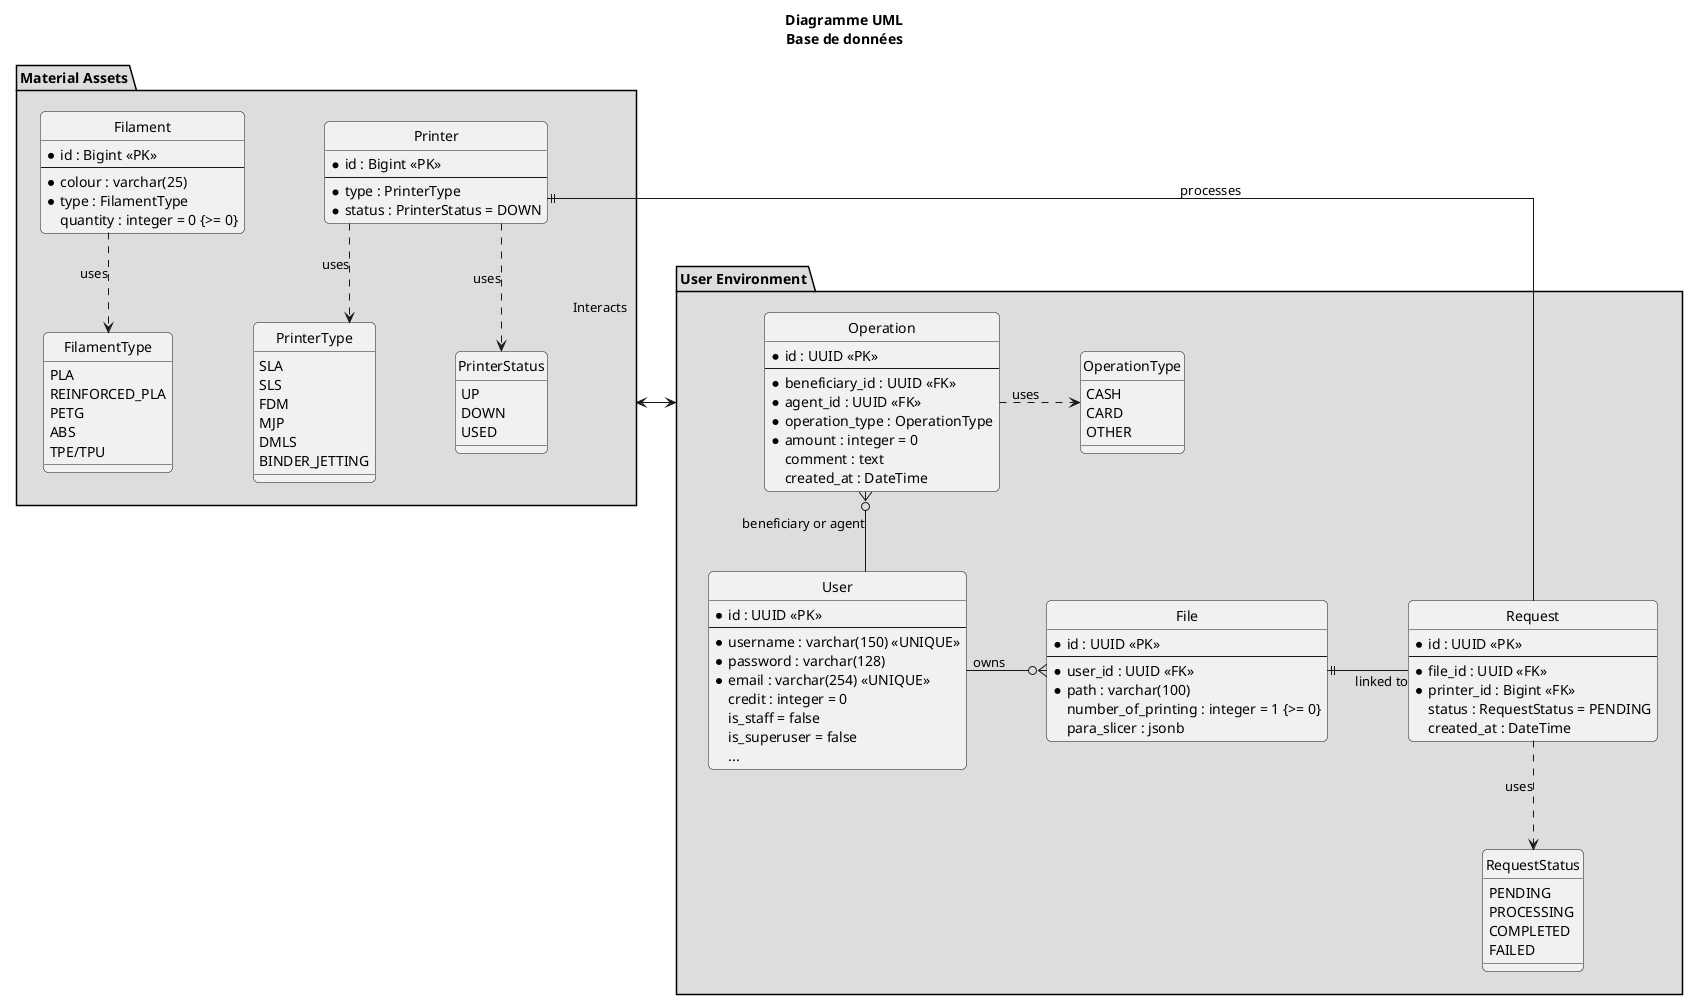
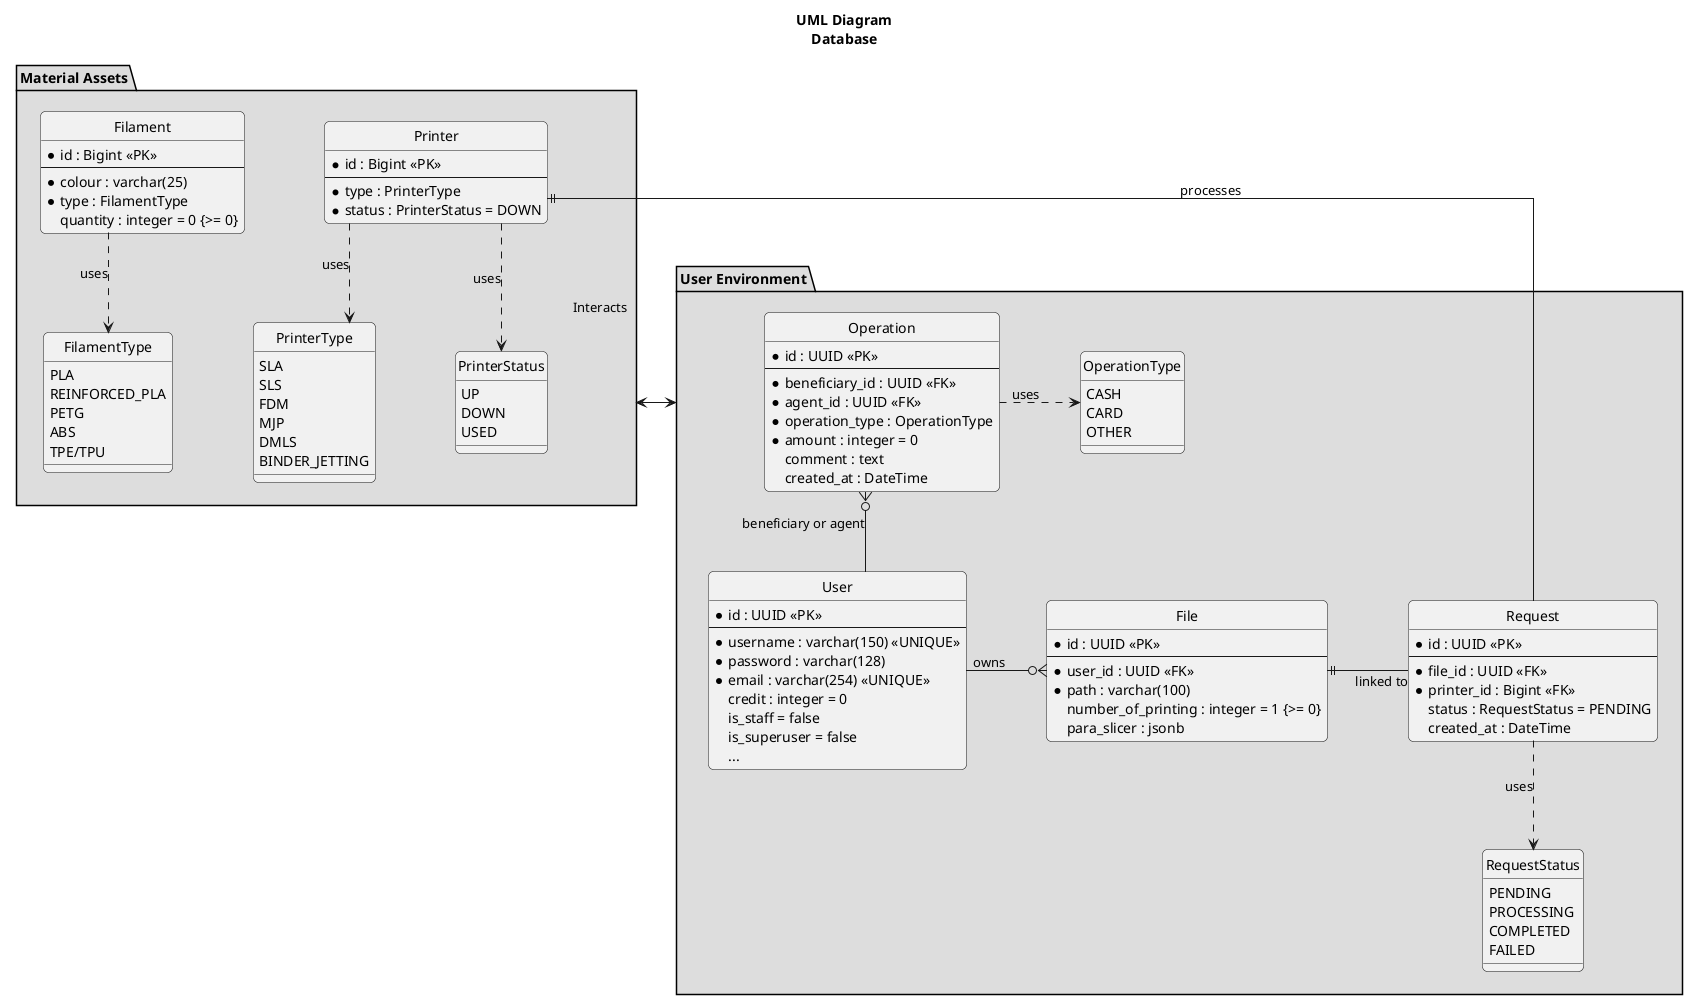
@startuml
- title "  Diagramme UML \n Base de données"
+ title "  UML Diagram \n Database"

hide circle
skinparam linetype ortho
skinparam shadowing false
skinparam roundcorner 10
skinparam nodesep 80
skinparam ranksep 80
skinparam monochrome true
skinparam backgroundColor white
skinparam defaultFontName Segoe UI, Arial, sans-serif
skinparam style strictuml





package "User Environment" #DDDDDD{

    enum RequestStatus {
        PENDING
        PROCESSING
        COMPLETED
        FAILED
    }
    enum OperationType {
        CASH
        CARD
        OTHER
    }

    entity "User" as user {
      *id : UUID <<PK>>
      --
      *username : varchar(150) <<UNIQUE>>
      *password : varchar(128)
      *email : varchar(254) <<UNIQUE>>
      credit : integer = 0
      is_staff = false
      is_superuser = false
      ...
    }

    entity "Operation" as operation{
        *id : UUID <<PK>>
        --
        *beneficiary_id : UUID <<FK>>
        *agent_id : UUID <<FK>>
        *operation_type : OperationType
        *amount : integer = 0
        comment : text
        created_at : DateTime
    }
    entity "File" as file{
        *id : UUID <<PK>>
        --
        *user_id : UUID <<FK>>
        *path : varchar(100)
        number_of_printing : integer = 1 {>= 0}
        para_slicer : jsonb
    }


    entity "Request" as request{
            *id : UUID <<PK>>
            --
            *file_id : UUID <<FK>>
            *printer_id : Bigint <<FK>>
            status : RequestStatus = PENDING
            created_at : DateTime
    }
}
package "Material Assets" #DDDDDD{
    entity "Printer" as printer {
            *id : Bigint <<PK>>
            --
            *type : PrinterType
            *status : PrinterStatus = DOWN
    }

    entity "Filament" as filament{
        *id : Bigint <<PK>>
        --
        *colour : varchar(25)
        *type : FilamentType
        quantity : integer = 0 {>= 0}
    }

    enum FilamentType {
        PLA
        REINFORCED_PLA
        PETG
        ABS
        TPE/TPU
    }

    enum PrinterType {
        SLA
        SLS
        FDM
        MJP
        DMLS
        BINDER_JETTING
    }

    enum PrinterStatus {
        UP
        DOWN
        USED
    }
}




file }o-l- user : owns
file ||-r- request : linked to
"Material Assets" <--> "User Environment" : Interacts
printer ||-- request : processes
operation }o-- user : beneficiary or agent
request .d.> RequestStatus : uses
printer ..> PrinterStatus : uses
printer ..> PrinterType : uses
filament ..> FilamentType : uses
operation .r.> OperationType : uses
@enduml